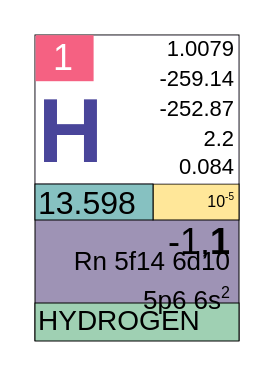
Before: element_template.drawio in sarankirthic/Periodic_Table, a draw.io diagram. Source tidied: cells renumbered, new cells numbered last; positions are measured from the earlier drawing's top-left corner, leaving out a move shared by most shapes. Both pictures are drawn from the tidied source at 200%, with x=0, y=0 at pixel (34, 34).
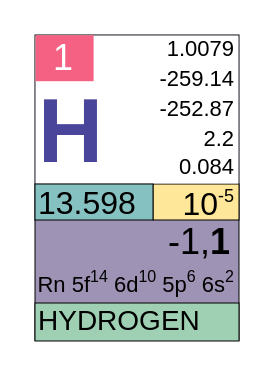
After the change.

What changed in the source:
```diff
@@
 <mxGraphModel>
   <root>
     <mxCell id="0" />
     <mxCell id="1" parent="0" />
     <mxCell id="2" style="rounded=0;whiteSpace=wrap;html=1;strokeWidth=0.5;fillColor=#9e93b5;fontFamily=Helvetica;" parent="1" vertex="1">
       <mxGeometry width="102" height="152.7" as="geometry" />
     </mxCell>
-    <mxCell id="3" value="10&lt;sup&gt;&lt;font style=&quot;font-size: 5px;&quot;&gt;-5&lt;/font&gt;&lt;/sup&gt;" style="rounded=0;whiteSpace=wrap;html=1;strokeWidth=0.5;fillColor=#ffe799;fontSize=8;align=right;spacingTop=-1;spacingRight=0;fontFamily=Helvetica;" parent="1" vertex="1">
+    <mxCell id="3" value="10&lt;sup&gt;&lt;font style=&quot;font-size: 9px;&quot;&gt;-5&lt;/font&gt;&lt;/sup&gt;" style="rounded=0;whiteSpace=wrap;html=1;strokeWidth=0.5;fillColor=#ffe799;fontSize=16;align=right;spacingTop=-1;spacingRight=0;fontFamily=Helvetica;" parent="1" vertex="1">
       <mxGeometry x="59" y="74.5" width="43" height="18" as="geometry" />
     </mxCell>
     <mxCell id="4" style="rounded=0;whiteSpace=wrap;html=1;strokeWidth=0.1;strokeColor=none;fontFamily=Helvetica;" parent="1" vertex="1">
       <mxGeometry x="0.3" y="0.3" width="101.4" height="74" as="geometry" />
     </mxCell>
     <mxCell id="5" value="&lt;font style=&quot;font-size: 16px;&quot;&gt;13.598&lt;/font&gt;" style="rounded=0;whiteSpace=wrap;html=1;strokeWidth=0.5;fillColor=#86C1C1;fontSize=16;verticalAlign=middle;spacingTop=0;fontFamily=Helvetica;align=left;" parent="1" vertex="1">
       <mxGeometry y="74.5" width="59" height="18" as="geometry" />
     </mxCell>
     <mxCell id="6" value="&lt;font style=&quot;font-size: 14px;&quot;&gt;HYDROGEN&lt;/font&gt;" style="rounded=0;whiteSpace=wrap;html=1;strokeWidth=0.5;fontSize=14;verticalAlign=middle;horizontal=1;spacing=2;spacingBottom=-4;spacingTop=-5;align=left;fillColor=#9FD0B3;fontFamily=Arimo;" parent="1" vertex="1">
       <mxGeometry y="134" width="102" height="19" as="geometry" />
     </mxCell>
-    <mxCell id="7" value="Rn 5f14 6d10 5p6 6s&lt;sup&gt;&lt;font style=&quot;font-size: 8px;&quot;&gt;2&lt;/font&gt;&lt;/sup&gt;" style="rounded=0;whiteSpace=wrap;html=1;strokeWidth=0;fillColor=none;dashed=1;strokeColor=none;align=right;spacingTop=-4;spacingLeft=0;spacingRight=2;fontFamily=Helvetica;fontSize=13;" parent="1" vertex="1">
-      <mxGeometry x="0.3" y="116" width="102" height="18" as="geometry" />
+    <mxCell id="7" value="&lt;font style=&quot;&quot;&gt;&lt;span style=&quot;font-size: 11px;&quot;&gt;Rn 5f&lt;/span&gt;&lt;sup style=&quot;&quot;&gt;&lt;font style=&quot;font-size: 8px;&quot;&gt;14&lt;/font&gt;&lt;/sup&gt;&lt;span style=&quot;font-size: 11px;&quot;&gt; 6d&lt;/span&gt;&lt;sup style=&quot;&quot;&gt;&lt;font style=&quot;font-size: 8px;&quot;&gt;10&lt;/font&gt;&lt;/sup&gt;&lt;span style=&quot;font-size: 11px;&quot;&gt; 5p&lt;/span&gt;&lt;sup style=&quot;&quot;&gt;&lt;font style=&quot;font-size: 8px;&quot;&gt;6&lt;/font&gt;&lt;/sup&gt;&lt;span style=&quot;font-size: 11px;&quot;&gt; 6s&lt;/span&gt;&lt;sup style=&quot;&quot;&gt;&lt;font style=&quot;font-size: 8px;&quot;&gt;2&lt;/font&gt;&lt;/sup&gt;&lt;/font&gt;" style="rounded=0;whiteSpace=wrap;html=1;strokeWidth=0;fillColor=none;dashed=1;strokeColor=none;align=right;spacingTop=-4;spacingLeft=0;spacingRight=0;fontFamily=Helvetica;fontSize=13;" parent="1" vertex="1">
+      <mxGeometry x="-0.3" y="116" width="102" height="18" as="geometry" />
     </mxCell>
     <mxCell id="8" value="-1,&lt;b style=&quot;font-size: 18px;&quot;&gt;1&lt;/b&gt;" style="rounded=0;whiteSpace=wrap;html=1;strokeWidth=0;fillColor=none;dashed=1;strokeColor=none;align=right;fontSize=18;spacingRight=2;fontFamily=Helvetica;" parent="1" vertex="1">
       <mxGeometry y="92.8" width="102" height="22" as="geometry" />
     </mxCell>
     <mxCell id="9" value="&lt;font style=&quot;font-size: 18px;&quot;&gt;1&lt;/font&gt;" style="rounded=0;whiteSpace=wrap;html=1;strokeWidth=0.1;fillColor=#F56182;fontSize=18;fontColor=#ffffff;strokeColor=none;fontFamily=Helvetica;" parent="1" vertex="1">
       <mxGeometry x="0.3" y="0.1" width="29" height="23" as="geometry" />
     </mxCell>
     <mxCell id="10" value="&lt;font style=&quot;font-size: 45px;&quot;&gt;H&lt;/font&gt;" style="rounded=0;whiteSpace=wrap;html=1;strokeWidth=0.1;strokeColor=none;align=left;fontSize=45;fontFamily=Arimo;verticalAlign=middle;fillColor=none;fontColor=#49459A;fontStyle=1;spacingTop=-1;" parent="1" vertex="1">
       <mxGeometry x="0.3" y="23.1" width="70" height="51" as="geometry" />
     </mxCell>
     <mxCell id="11" value="2.2" style="rounded=0;whiteSpace=wrap;html=1;strokeWidth=0.1;fontSize=11;align=right;strokeColor=none;fillColor=none;spacingBottom=1;spacingRight=0;fontFamily=Helvetica;" parent="1" vertex="1">
       <mxGeometry x="56" y="44.7" width="46" height="14.8" as="geometry" />
     </mxCell>
     <mxCell id="12" value="-252.87" style="rounded=0;whiteSpace=wrap;html=1;strokeWidth=0.1;fontSize=11;align=right;strokeColor=none;fillColor=none;spacingBottom=1;spacingRight=0;fontFamily=Helvetica;" parent="1" vertex="1">
       <mxGeometry x="55.7" y="29.9" width="46" height="14.8" as="geometry" />
     </mxCell>
     <mxCell id="13" value="-259.14" style="rounded=0;whiteSpace=wrap;html=1;strokeWidth=0.1;fontSize=11;align=right;strokeColor=none;fillColor=none;spacingBottom=1;spacingRight=0;fontFamily=Helvetica;" parent="1" vertex="1">
       <mxGeometry x="55.7" y="14.8" width="46" height="14.8" as="geometry" />
     </mxCell>
     <mxCell id="14" value="1.0079" style="rounded=0;whiteSpace=wrap;html=1;strokeWidth=0.1;fontSize=11;align=right;strokeColor=none;fillColor=none;spacingBottom=1;spacingRight=0;fontFamily=Helvetica;" parent="1" vertex="1">
       <mxGeometry x="55.7" width="46" height="14.8" as="geometry" />
     </mxCell>
     <mxCell id="15" value="0.084" style="rounded=0;whiteSpace=wrap;html=1;strokeWidth=0.1;fontSize=11;align=right;strokeColor=none;fillColor=none;spacingBottom=1;spacingRight=0;fontFamily=Helvetica;" parent="1" vertex="1">
       <mxGeometry x="55.7" y="59.5" width="46" height="14.8" as="geometry" />
     </mxCell>
   </root>
 </mxGraphModel>
```
